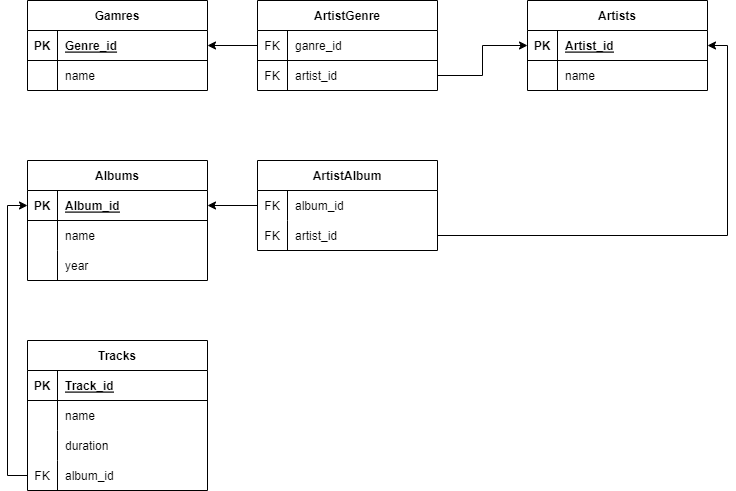
The draw.io diagram Диаграмма без названия.drawio.png in VadimRoziznan/Work_with_SQL_creat_database, before a commit. Source tidied: cells renumbered, new cells last; positions are measured from the earlier drawing's top-left corner, leaving out a move shared by most shapes.
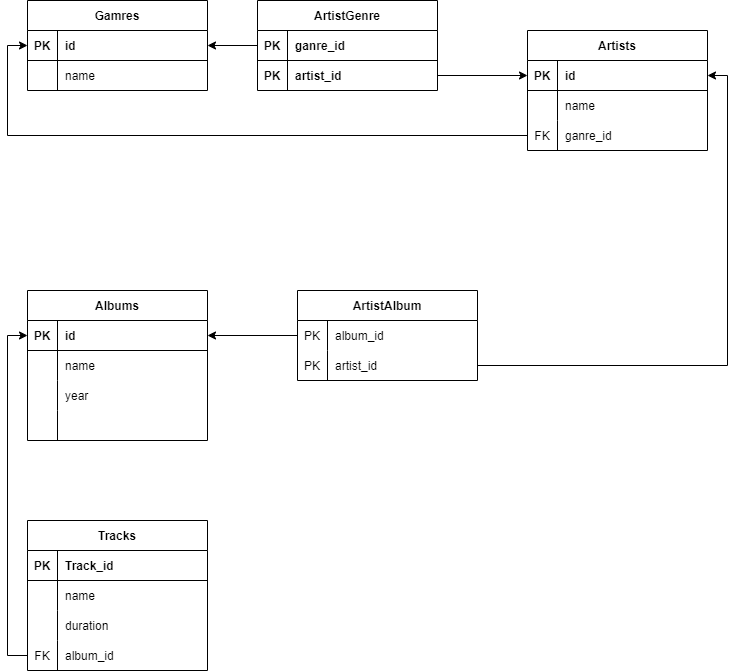
The same diagram one commit later.

What changed in the source:
```diff
@@ -11,7 +11,7 @@
     <mxCell id="4" value="PK" style="shape=partialRectangle;fillColor=none;top=0;left=0;bottom=0;right=0;fontStyle=1;overflow=hidden;" parent="3" vertex="1">
       <mxGeometry width="30" height="30" as="geometry" />
     </mxCell>
-    <mxCell id="5" value="Genre_id" style="shape=partialRectangle;fillColor=none;top=0;left=0;bottom=0;right=0;align=left;spacingLeft=6;fontStyle=5;overflow=hidden;" parent="3" vertex="1">
+    <mxCell id="5" value="id" style="shape=partialRectangle;fillColor=none;top=0;left=0;bottom=0;right=0;align=left;spacingLeft=6;fontStyle=1;overflow=hidden;" parent="3" vertex="1">
       <mxGeometry x="30" width="150" height="30" as="geometry" />
     </mxCell>
     <mxCell id="6" style="shape=tableRow;horizontal=0;startSize=0;swimlaneHead=0;swimlaneBody=0;fillColor=none;top=0;left=0;right=0;bottom=0;" parent="2" vertex="1">
@@ -29,23 +29,23 @@
     <mxCell id="10" style="shape=tableRow;horizontal=0;startSize=0;swimlaneHead=0;swimlaneBody=0;fillColor=none;points=[[0,0.5],[1,0.5]];portConstraint=eastwest;top=0;left=0;right=0;bottom=1;" parent="9" vertex="1">
       <mxGeometry y="30" width="180" height="30" as="geometry" />
     </mxCell>
-    <mxCell id="11" value="FK" style="shape=partialRectangle;fillColor=none;top=0;left=0;bottom=0;right=0;fontStyle=0;overflow=hidden;" parent="10" vertex="1">
+    <mxCell id="11" value="PK" style="shape=partialRectangle;fillColor=none;top=0;left=0;bottom=0;right=0;fontStyle=1;overflow=hidden;" parent="10" vertex="1">
       <mxGeometry width="30" height="30" as="geometry" />
     </mxCell>
-    <mxCell id="12" value="ganre_id" style="shape=partialRectangle;fillColor=none;top=0;left=0;bottom=0;right=0;align=left;spacingLeft=6;fontStyle=0;overflow=hidden;" parent="10" vertex="1">
+    <mxCell id="12" value="ganre_id" style="shape=partialRectangle;fillColor=none;top=0;left=0;bottom=0;right=0;align=left;spacingLeft=6;fontStyle=1;overflow=hidden;" parent="10" vertex="1">
       <mxGeometry x="30" width="150" height="30" as="geometry" />
     </mxCell>
     <mxCell id="13" style="shape=tableRow;horizontal=0;startSize=0;swimlaneHead=0;swimlaneBody=0;fillColor=none;points=[[0,0.5],[1,0.5]];portConstraint=eastwest;top=0;left=0;right=0;bottom=0;" parent="9" vertex="1">
       <mxGeometry y="60" width="180" height="30" as="geometry" />
     </mxCell>
-    <mxCell id="14" value="FK" style="shape=partialRectangle;fillColor=none;top=0;left=0;bottom=0;right=0;overflow=hidden;fontStyle=0;" parent="13" vertex="1">
+    <mxCell id="14" value="PK" style="shape=partialRectangle;fillColor=none;top=0;left=0;bottom=0;right=0;overflow=hidden;fontStyle=1;" parent="13" vertex="1">
       <mxGeometry width="30" height="30" as="geometry" />
     </mxCell>
-    <mxCell id="15" value="artist_id" style="shape=partialRectangle;fillColor=none;top=0;left=0;bottom=0;right=0;align=left;spacingLeft=6;overflow=hidden;fontStyle=0;" parent="13" vertex="1">
+    <mxCell id="15" value="artist_id" style="shape=partialRectangle;fillColor=none;top=0;left=0;bottom=0;right=0;align=left;spacingLeft=6;overflow=hidden;fontStyle=1;" parent="13" vertex="1">
       <mxGeometry x="30" width="150" height="30" as="geometry" />
     </mxCell>
     <mxCell id="16" value="Artists" style="shape=table;startSize=30;rowLines=0;fontStyle=1;align=center;" parent="1" vertex="1">
-      <mxGeometry x="500" width="180" height="90" as="geometry" />
+      <mxGeometry x="500" y="30" width="180" height="120" as="geometry" />
     </mxCell>
     <mxCell id="17" style="shape=tableRow;horizontal=0;startSize=0;swimlaneHead=0;swimlaneBody=0;fillColor=none;points=[[0,0.5],[1,0.5]];portConstraint=eastwest;top=0;left=0;right=0;bottom=1;" parent="16" vertex="1">
       <mxGeometry y="30" width="180" height="30" as="geometry" />
@@ -53,7 +53,7 @@
     <mxCell id="18" value="PK" style="shape=partialRectangle;fillColor=none;top=0;left=0;bottom=0;right=0;fontStyle=1;overflow=hidden;" parent="17" vertex="1">
       <mxGeometry width="30" height="30" as="geometry" />
     </mxCell>
-    <mxCell id="19" value="Artist_id" style="shape=partialRectangle;fillColor=none;top=0;left=0;bottom=0;right=0;align=left;spacingLeft=6;fontStyle=5;overflow=hidden;" parent="17" vertex="1">
+    <mxCell id="19" value="id" style="shape=partialRectangle;fillColor=none;top=0;left=0;bottom=0;right=0;align=left;spacingLeft=6;fontStyle=1;overflow=hidden;" parent="17" vertex="1">
       <mxGeometry x="30" width="150" height="30" as="geometry" />
     </mxCell>
     <mxCell id="20" style="shape=tableRow;horizontal=0;startSize=0;swimlaneHead=0;swimlaneBody=0;fillColor=none;top=0;left=0;right=0;bottom=0;" parent="16" vertex="1">
@@ -65,11 +65,20 @@
     <mxCell id="22" value="name" style="shape=partialRectangle;fillColor=none;top=0;left=0;bottom=0;right=0;align=left;spacingLeft=6;overflow=hidden;" parent="20" vertex="1">
       <mxGeometry x="30" width="150" height="30" as="geometry" />
     </mxCell>
+    <mxCell id="58" style="shape=tableRow;horizontal=0;startSize=0;swimlaneHead=0;swimlaneBody=0;fillColor=none;points=[[0,0.5],[1,0.5]];portConstraint=eastwest;top=0;left=0;right=0;bottom=0;" parent="16" vertex="1">
+      <mxGeometry y="90" width="180" height="30" as="geometry" />
+    </mxCell>
+    <mxCell id="59" value="FK" style="shape=partialRectangle;fillColor=none;top=0;left=0;bottom=0;right=0;overflow=hidden;" parent="58" vertex="1">
+      <mxGeometry width="30" height="30" as="geometry" />
+    </mxCell>
+    <mxCell id="60" value="ganre_id" style="shape=partialRectangle;fillColor=none;top=0;left=0;bottom=0;right=0;align=left;spacingLeft=6;overflow=hidden;" parent="58" vertex="1">
+      <mxGeometry x="30" width="150" height="30" as="geometry" />
+    </mxCell>
     <mxCell id="23" style="edgeStyle=orthogonalEdgeStyle;rounded=0;jettySize=auto;html=1;exitX=0;exitY=0.5;exitDx=0;exitDy=0;entryX=1;entryY=0.5;entryDx=0;entryDy=0;" parent="1" edge="1" source="10" target="3">
       <mxGeometry relative="1" as="geometry" />
     </mxCell>
     <mxCell id="24" value="Albums" style="shape=table;startSize=30;rowLines=0;fontStyle=1;align=center;" parent="1" vertex="1">
-      <mxGeometry y="160" width="180" height="120" as="geometry" />
+      <mxGeometry y="290" width="180" height="150" as="geometry" />
     </mxCell>
     <mxCell id="25" style="shape=tableRow;horizontal=0;startSize=0;swimlaneHead=0;swimlaneBody=0;fillColor=none;points=[[0,0.5],[1,0.5]];portConstraint=eastwest;top=0;left=0;right=0;bottom=1;" parent="24" vertex="1">
       <mxGeometry y="30" width="180" height="30" as="geometry" />
@@ -77,7 +86,7 @@
     <mxCell id="26" value="PK" style="shape=partialRectangle;fillColor=none;top=0;left=0;bottom=0;right=0;fontStyle=1;overflow=hidden;" parent="25" vertex="1">
       <mxGeometry width="30" height="30" as="geometry" />
     </mxCell>
-    <mxCell id="27" value="Album_id" style="shape=partialRectangle;fillColor=none;top=0;left=0;bottom=0;right=0;align=left;spacingLeft=6;fontStyle=5;overflow=hidden;" parent="25" vertex="1">
+    <mxCell id="27" value="id" style="shape=partialRectangle;fillColor=none;top=0;left=0;bottom=0;right=0;align=left;spacingLeft=6;fontStyle=1;overflow=hidden;" parent="25" vertex="1">
       <mxGeometry x="30" width="150" height="30" as="geometry" />
     </mxCell>
     <mxCell id="28" style="shape=tableRow;horizontal=0;startSize=0;swimlaneHead=0;swimlaneBody=0;fillColor=none;top=0;left=0;right=0;bottom=0;" parent="24" vertex="1">
@@ -98,13 +107,22 @@
     <mxCell id="33" value="year" style="shape=partialRectangle;fillColor=none;top=0;left=0;bottom=0;right=0;align=left;spacingLeft=6;overflow=hidden;" parent="31" vertex="1">
       <mxGeometry x="30" width="150" height="30" as="geometry" />
     </mxCell>
+    <mxCell id="61" style="shape=tableRow;horizontal=0;startSize=0;swimlaneHead=0;swimlaneBody=0;fillColor=none;top=0;left=0;right=0;bottom=0;" parent="24" vertex="1">
+      <mxGeometry y="120" width="180" height="30" as="geometry" />
+    </mxCell>
+    <mxCell id="62" style="shape=partialRectangle;fillColor=none;top=0;left=0;bottom=0;right=0;overflow=hidden;" parent="61" vertex="1">
+      <mxGeometry width="30" height="30" as="geometry" />
+    </mxCell>
+    <mxCell id="63" style="shape=partialRectangle;fillColor=none;top=0;left=0;bottom=0;right=0;align=left;spacingLeft=6;overflow=hidden;" parent="61" vertex="1">
+      <mxGeometry x="30" width="150" height="30" as="geometry" />
+    </mxCell>
     <mxCell id="34" value="ArtistAlbum" style="shape=table;startSize=30;rowLines=0;fontStyle=1;align=center;" parent="1" vertex="1">
-      <mxGeometry x="230" y="160" width="180" height="90" as="geometry" />
+      <mxGeometry x="270" y="290" width="180" height="90" as="geometry" />
     </mxCell>
     <mxCell id="35" style="shape=tableRow;horizontal=0;startSize=0;swimlaneHead=0;swimlaneBody=0;fillColor=none;points=[[0,0.5],[1,0.5]];portConstraint=eastwest;top=0;left=0;right=0;bottom=0;" parent="34" vertex="1">
       <mxGeometry y="30" width="180" height="30" as="geometry" />
     </mxCell>
-    <mxCell id="36" value="FK" style="shape=partialRectangle;fillColor=none;top=0;left=0;bottom=0;right=0;overflow=hidden;" parent="35" vertex="1">
+    <mxCell id="36" value="PK" style="shape=partialRectangle;fillColor=none;top=0;left=0;bottom=0;right=0;overflow=hidden;" parent="35" vertex="1">
       <mxGeometry width="30" height="30" as="geometry" />
     </mxCell>
     <mxCell id="37" value="album_id" style="shape=partialRectangle;fillColor=none;top=0;left=0;bottom=0;right=0;align=left;spacingLeft=6;overflow=hidden;" parent="35" vertex="1">
@@ -113,7 +131,7 @@
     <mxCell id="38" style="shape=tableRow;horizontal=0;startSize=0;swimlaneHead=0;swimlaneBody=0;fillColor=none;points=[[0,0.5],[1,0.5]];portConstraint=eastwest;top=0;left=0;right=0;bottom=0;" parent="34" vertex="1">
       <mxGeometry y="60" width="180" height="30" as="geometry" />
     </mxCell>
-    <mxCell id="39" value="FK" style="shape=partialRectangle;fillColor=none;top=0;left=0;bottom=0;right=0;overflow=hidden;" parent="38" vertex="1">
+    <mxCell id="39" value="PK" style="shape=partialRectangle;fillColor=none;top=0;left=0;bottom=0;right=0;overflow=hidden;" parent="38" vertex="1">
       <mxGeometry width="30" height="30" as="geometry" />
     </mxCell>
     <mxCell id="40" value="artist_id" style="shape=partialRectangle;fillColor=none;top=0;left=0;bottom=0;right=0;align=left;spacingLeft=6;overflow=hidden;" parent="38" vertex="1">
@@ -129,7 +147,7 @@
       <mxGeometry relative="1" as="geometry" />
     </mxCell>
     <mxCell id="44" value="Tracks" style="shape=table;startSize=30;rowLines=0;fontStyle=1;align=center;" parent="1" vertex="1">
-      <mxGeometry y="340" width="180" height="150" as="geometry" />
+      <mxGeometry y="520" width="180" height="150" as="geometry" />
     </mxCell>
     <mxCell id="45" style="shape=tableRow;horizontal=0;startSize=0;swimlaneHead=0;swimlaneBody=0;fillColor=none;top=0;left=0;right=0;bottom=1;" parent="44" vertex="1">
       <mxGeometry y="30" width="180" height="30" as="geometry" />
@@ -137,7 +155,7 @@
     <mxCell id="46" value="PK" style="shape=partialRectangle;fillColor=none;top=0;left=0;bottom=0;right=0;fontStyle=1;overflow=hidden;" parent="45" vertex="1">
       <mxGeometry width="30" height="30" as="geometry" />
     </mxCell>
-    <mxCell id="47" value="Track_id" style="shape=partialRectangle;fillColor=none;top=0;left=0;bottom=0;right=0;align=left;spacingLeft=6;fontStyle=5;overflow=hidden;" parent="45" vertex="1">
+    <mxCell id="47" value="Track_id" style="shape=partialRectangle;fillColor=none;top=0;left=0;bottom=0;right=0;align=left;spacingLeft=6;fontStyle=1;overflow=hidden;" parent="45" vertex="1">
       <mxGeometry x="30" width="150" height="30" as="geometry" />
     </mxCell>
     <mxCell id="48" style="shape=tableRow;horizontal=0;startSize=0;swimlaneHead=0;swimlaneBody=0;fillColor=none;top=0;left=0;right=0;bottom=0;" parent="44" vertex="1">
@@ -170,5 +188,8 @@
     <mxCell id="57" style="edgeStyle=orthogonalEdgeStyle;rounded=0;jettySize=auto;html=1;exitX=0;exitY=0.5;exitDx=0;exitDy=0;entryX=0;entryY=0.5;entryDx=0;entryDy=0;" parent="1" edge="1" source="54" target="25">
       <mxGeometry relative="1" as="geometry" />
     </mxCell>
+    <mxCell id="64" style="edgeStyle=orthogonalEdgeStyle;rounded=0;jettySize=auto;html=1;exitX=0;exitY=0.5;exitDx=0;exitDy=0;entryX=0;entryY=0.5;entryDx=0;entryDy=0;" parent="1" edge="1" source="58" target="3">
+      <mxGeometry relative="1" as="geometry" />
+    </mxCell>
   </root>
 </mxGraphModel>
```
